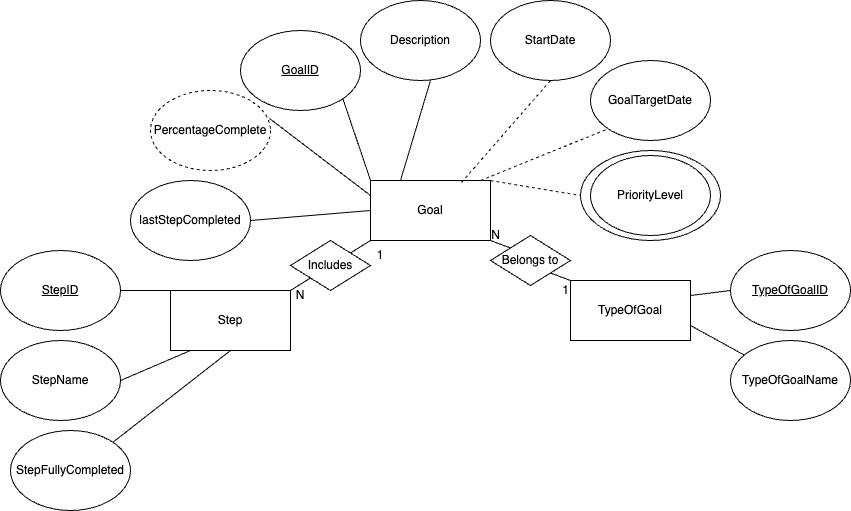
Above: Database/Goal Tracker Entity Relationship Diagram.drawio.png in NathanielStirret/SPU_CSC3220_W25_T-team-6- (draw.io), before the change. Source tidied: cells renumbered, new cells last; positions are measured from the earlier drawing's top-left corner, leaving out a move shared by most shapes. Source of this version:
```xml
<mxGraphModel>
  <root>
    <mxCell id="0" />
    <mxCell id="1" parent="0" />
    <mxCell id="2" value="Goal" style="rounded=0;whiteSpace=wrap;html=1;" parent="1" vertex="1">
      <mxGeometry x="370" y="180" width="120" height="60" as="geometry" />
    </mxCell>
    <mxCell id="3" value="Step" style="rounded=0;whiteSpace=wrap;html=1;" parent="1" vertex="1">
      <mxGeometry x="170" y="290" width="120" height="60" as="geometry" />
    </mxCell>
    <mxCell id="4" value="TypeOfGoal" style="rounded=0;whiteSpace=wrap;html=1;" parent="1" vertex="1">
      <mxGeometry x="570" y="280" width="120" height="60" as="geometry" />
    </mxCell>
    <mxCell id="5" value="&lt;u&gt;GoalID&lt;/u&gt;" style="ellipse;whiteSpace=wrap;html=1;" parent="1" vertex="1">
      <mxGeometry x="240" y="30" width="120" height="80" as="geometry" />
    </mxCell>
    <mxCell id="6" value="Description" style="ellipse;whiteSpace=wrap;html=1;" parent="1" vertex="1">
      <mxGeometry x="360" width="120" height="80" as="geometry" />
    </mxCell>
    <mxCell id="7" style="endArrow=none;html=1;rounded=0;entryX=1;entryY=1;entryDx=0;entryDy=0;exitX=0;exitY=0;exitDx=0;exitDy=0;" parent="1" edge="1" source="37" target="2">
      <mxGeometry relative="1" as="geometry" />
    </mxCell>
    <mxCell id="8" value="StartDate" style="ellipse;whiteSpace=wrap;html=1;" parent="1" vertex="1">
      <mxGeometry x="490" width="120" height="80" as="geometry" />
    </mxCell>
    <mxCell id="9" value="GoalTargetDate" style="ellipse;whiteSpace=wrap;html=1;" parent="1" vertex="1">
      <mxGeometry x="590" y="60" width="120" height="80" as="geometry" />
    </mxCell>
    <mxCell id="10" style="endArrow=none;html=1;rounded=0;entryX=1;entryY=1;entryDx=0;entryDy=0;exitX=0;exitY=0;exitDx=0;exitDy=0;" parent="1" edge="1" source="2" target="5">
      <mxGeometry relative="1" as="geometry" />
    </mxCell>
    <mxCell id="11" style="endArrow=none;html=1;rounded=0;entryX=0.583;entryY=1;entryDx=0;entryDy=0;entryPerimeter=0;exitX=0.25;exitY=0;exitDx=0;exitDy=0;" parent="1" edge="1" source="2" target="6">
      <mxGeometry relative="1" as="geometry" />
    </mxCell>
    <mxCell id="12" value="1" style="text;html=1;align=center;verticalAlign=middle;strokeColor=none;fillColor=none;" parent="1" vertex="1">
      <mxGeometry x="550" y="275" width="30" height="30" as="geometry" />
    </mxCell>
    <mxCell id="13" value="N" style="text;html=1;align=center;verticalAlign=middle;strokeColor=none;fillColor=none;" parent="1" vertex="1">
      <mxGeometry x="480" y="220" width="30" height="30" as="geometry" />
    </mxCell>
    <mxCell id="14" value="PriorityLevel" style="ellipse;whiteSpace=wrap;html=1;" parent="1" vertex="1">
      <mxGeometry x="590" y="155" width="120" height="80" as="geometry" />
    </mxCell>
    <mxCell id="15" style="endArrow=none;dashed=1;html=1;rounded=0;entryX=0;entryY=1;entryDx=0;entryDy=0;" parent="1" edge="1" target="9">
      <mxGeometry relative="1" as="geometry">
        <mxPoint x="480" y="180" as="sourcePoint" />
      </mxGeometry>
    </mxCell>
    <mxCell id="16" style="endArrow=none;dashed=1;html=1;rounded=0;exitX=1.033;exitY=0.733;exitDx=0;exitDy=0;exitPerimeter=0;entryX=0.5;entryY=1;entryDx=0;entryDy=0;" parent="1" edge="1" target="8">
      <mxGeometry relative="1" as="geometry">
        <mxPoint x="461" y="182" as="sourcePoint" />
      </mxGeometry>
    </mxCell>
    <mxCell id="17" style="endArrow=none;dashed=1;html=1;rounded=0;entryX=0;entryY=0.5;entryDx=0;entryDy=0;" parent="1" edge="1" target="33">
      <mxGeometry relative="1" as="geometry">
        <mxPoint x="490" y="180" as="sourcePoint" />
      </mxGeometry>
    </mxCell>
    <mxCell id="18" value="&lt;u&gt;TypeOfGoalID&lt;/u&gt;" style="ellipse;whiteSpace=wrap;html=1;" parent="1" vertex="1">
      <mxGeometry x="730" y="250" width="120" height="80" as="geometry" />
    </mxCell>
    <mxCell id="19" value="TypeOfGoalName" style="ellipse;whiteSpace=wrap;html=1;" parent="1" vertex="1">
      <mxGeometry x="730" y="340" width="120" height="80" as="geometry" />
    </mxCell>
    <mxCell id="20" style="endArrow=none;html=1;rounded=0;entryX=0;entryY=0.5;entryDx=0;entryDy=0;exitX=1;exitY=0.25;exitDx=0;exitDy=0;" parent="1" edge="1" source="4" target="18">
      <mxGeometry relative="1" as="geometry" />
    </mxCell>
    <mxCell id="21" style="endArrow=none;html=1;rounded=0;exitX=1;exitY=0.75;exitDx=0;exitDy=0;" parent="1" edge="1" source="4" target="19">
      <mxGeometry relative="1" as="geometry" />
    </mxCell>
    <mxCell id="22" style="endArrow=none;html=1;rounded=0;entryX=0;entryY=1;entryDx=0;entryDy=0;" parent="1" edge="1" source="35" target="2">
      <mxGeometry relative="1" as="geometry" />
    </mxCell>
    <mxCell id="23" value="1" style="text;html=1;align=center;verticalAlign=middle;whiteSpace=wrap;rounded=0;" parent="1" vertex="1">
      <mxGeometry x="350" y="240" width="60" height="30" as="geometry" />
    </mxCell>
    <mxCell id="24" value="N" style="text;html=1;align=center;verticalAlign=middle;whiteSpace=wrap;rounded=0;" parent="1" vertex="1">
      <mxGeometry x="270" y="280" width="60" height="30" as="geometry" />
    </mxCell>
    <mxCell id="25" value="&lt;u&gt;StepID&lt;/u&gt;" style="ellipse;whiteSpace=wrap;html=1;" parent="1" vertex="1">
      <mxGeometry y="250" width="120" height="80" as="geometry" />
    </mxCell>
    <mxCell id="26" value="StepName" style="ellipse;whiteSpace=wrap;html=1;" parent="1" vertex="1">
      <mxGeometry y="340" width="120" height="80" as="geometry" />
    </mxCell>
    <mxCell id="27" style="endArrow=none;html=1;rounded=0;exitX=1;exitY=0.5;exitDx=0;exitDy=0;" parent="1" edge="1" source="25">
      <mxGeometry relative="1" as="geometry">
        <mxPoint x="190" y="290" as="targetPoint" />
      </mxGeometry>
    </mxCell>
    <mxCell id="28" style="endArrow=none;html=1;rounded=0;exitX=1;exitY=0.5;exitDx=0;exitDy=0;" parent="1" edge="1" source="26">
      <mxGeometry relative="1" as="geometry">
        <mxPoint x="190" y="350" as="targetPoint" />
      </mxGeometry>
    </mxCell>
    <mxCell id="29" value="PercentageComplete" style="ellipse;whiteSpace=wrap;html=1;dashed=1;" parent="1" vertex="1">
      <mxGeometry x="150" y="90" width="120" height="80" as="geometry" />
    </mxCell>
    <mxCell id="30" value="lastStepCompleted" style="ellipse;whiteSpace=wrap;html=1;" parent="1" vertex="1">
      <mxGeometry x="130" y="180" width="120" height="80" as="geometry" />
    </mxCell>
    <mxCell id="31" style="endArrow=none;html=1;rounded=0;exitX=0;exitY=0.25;exitDx=0;exitDy=0;entryX=0.992;entryY=0.35;entryDx=0;entryDy=0;entryPerimeter=0;" parent="1" edge="1" source="2" target="29">
      <mxGeometry relative="1" as="geometry" />
    </mxCell>
    <mxCell id="32" style="endArrow=none;html=1;rounded=0;exitX=0;exitY=0.5;exitDx=0;exitDy=0;entryX=1;entryY=0.5;entryDx=0;entryDy=0;" parent="1" edge="1" source="2" target="30">
      <mxGeometry relative="1" as="geometry" />
    </mxCell>
    <mxCell id="33" style="ellipse;whiteSpace=wrap;html=1;fillColor=none;" parent="1" vertex="1">
      <mxGeometry x="580" y="150" width="140" height="90" as="geometry" />
    </mxCell>
    <mxCell id="34" style="endArrow=none;html=1;rounded=0;entryX=0;entryY=1;entryDx=0;entryDy=0;exitX=1;exitY=0;exitDx=0;exitDy=0;" parent="1" edge="1" source="3" target="35">
      <mxGeometry relative="1" as="geometry" />
    </mxCell>
    <mxCell id="35" value="Includes" style="rhombus;whiteSpace=wrap;html=1;" parent="1" vertex="1">
      <mxGeometry x="290" y="240" width="80" height="50" as="geometry" />
    </mxCell>
    <mxCell id="36" style="endArrow=none;html=1;rounded=0;entryX=1;entryY=1;entryDx=0;entryDy=0;exitX=0;exitY=0;exitDx=0;exitDy=0;" parent="1" edge="1" source="4" target="37">
      <mxGeometry relative="1" as="geometry" />
    </mxCell>
    <mxCell id="37" value="Belongs to" style="rhombus;whiteSpace=wrap;html=1;" parent="1" vertex="1">
      <mxGeometry x="490" y="235" width="80" height="50" as="geometry" />
    </mxCell>
    <mxCell id="38" value="StepFullyCompleted" style="ellipse;whiteSpace=wrap;html=1;" parent="1" vertex="1">
      <mxGeometry x="10" y="430" width="120" height="80" as="geometry" />
    </mxCell>
    <mxCell id="39" style="endArrow=none;html=1;rounded=0;exitX=1;exitY=0;exitDx=0;exitDy=0;" parent="1" edge="1" source="38">
      <mxGeometry relative="1" as="geometry">
        <mxPoint x="230" y="350" as="targetPoint" />
      </mxGeometry>
    </mxCell>
  </root>
</mxGraphModel>
```
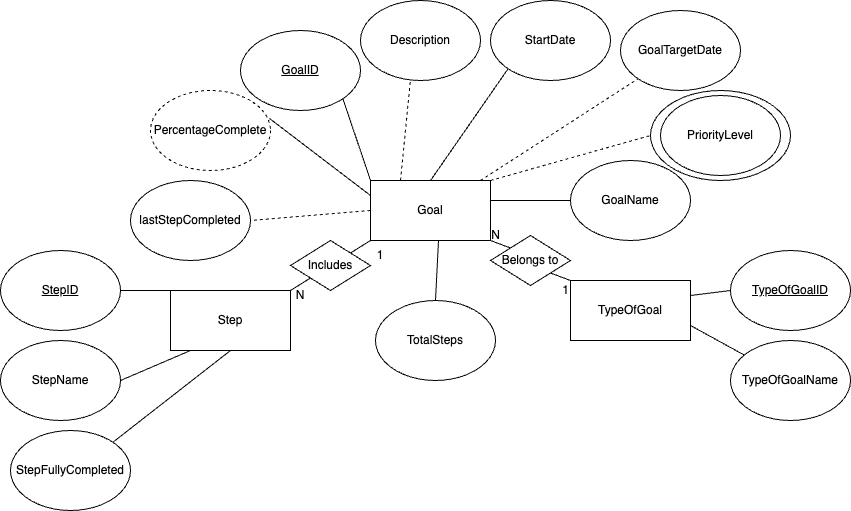
The same file after the commit.

Change to the diagram source:
```diff
@@ -24,14 +24,11 @@
       <mxGeometry x="490" width="120" height="80" as="geometry" />
     </mxCell>
     <mxCell id="9" value="GoalTargetDate" style="ellipse;whiteSpace=wrap;html=1;" parent="1" vertex="1">
-      <mxGeometry x="590" y="60" width="120" height="80" as="geometry" />
+      <mxGeometry x="620" y="10" width="120" height="80" as="geometry" />
     </mxCell>
     <mxCell id="10" style="endArrow=none;html=1;rounded=0;entryX=1;entryY=1;entryDx=0;entryDy=0;exitX=0;exitY=0;exitDx=0;exitDy=0;" parent="1" edge="1" source="2" target="5">
       <mxGeometry relative="1" as="geometry" />
     </mxCell>
-    <mxCell id="11" style="endArrow=none;html=1;rounded=0;entryX=0.583;entryY=1;entryDx=0;entryDy=0;entryPerimeter=0;exitX=0.25;exitY=0;exitDx=0;exitDy=0;" parent="1" edge="1" source="2" target="6">
-      <mxGeometry relative="1" as="geometry" />
-    </mxCell>
     <mxCell id="12" value="1" style="text;html=1;align=center;verticalAlign=middle;strokeColor=none;fillColor=none;" parent="1" vertex="1">
       <mxGeometry x="550" y="275" width="30" height="30" as="geometry" />
     </mxCell>
@@ -39,18 +36,13 @@
       <mxGeometry x="480" y="220" width="30" height="30" as="geometry" />
     </mxCell>
     <mxCell id="14" value="PriorityLevel" style="ellipse;whiteSpace=wrap;html=1;" parent="1" vertex="1">
-      <mxGeometry x="590" y="155" width="120" height="80" as="geometry" />
+      <mxGeometry x="660" y="95" width="120" height="80" as="geometry" />
     </mxCell>
     <mxCell id="15" style="endArrow=none;dashed=1;html=1;rounded=0;entryX=0;entryY=1;entryDx=0;entryDy=0;" parent="1" edge="1" target="9">
       <mxGeometry relative="1" as="geometry">
         <mxPoint x="480" y="180" as="sourcePoint" />
       </mxGeometry>
     </mxCell>
-    <mxCell id="16" style="endArrow=none;dashed=1;html=1;rounded=0;exitX=1.033;exitY=0.733;exitDx=0;exitDy=0;exitPerimeter=0;entryX=0.5;entryY=1;entryDx=0;entryDy=0;" parent="1" edge="1" target="8">
-      <mxGeometry relative="1" as="geometry">
-        <mxPoint x="461" y="182" as="sourcePoint" />
-      </mxGeometry>
-    </mxCell>
     <mxCell id="17" style="endArrow=none;dashed=1;html=1;rounded=0;entryX=0;entryY=0.5;entryDx=0;entryDy=0;" parent="1" edge="1" target="33">
       <mxGeometry relative="1" as="geometry">
         <mxPoint x="490" y="180" as="sourcePoint" />
@@ -102,11 +94,8 @@
     <mxCell id="31" style="endArrow=none;html=1;rounded=0;exitX=0;exitY=0.25;exitDx=0;exitDy=0;entryX=0.992;entryY=0.35;entryDx=0;entryDy=0;entryPerimeter=0;" parent="1" edge="1" source="2" target="29">
       <mxGeometry relative="1" as="geometry" />
     </mxCell>
-    <mxCell id="32" style="endArrow=none;html=1;rounded=0;exitX=0;exitY=0.5;exitDx=0;exitDy=0;entryX=1;entryY=0.5;entryDx=0;entryDy=0;" parent="1" edge="1" source="2" target="30">
-      <mxGeometry relative="1" as="geometry" />
-    </mxCell>
     <mxCell id="33" style="ellipse;whiteSpace=wrap;html=1;fillColor=none;" parent="1" vertex="1">
-      <mxGeometry x="580" y="150" width="140" height="90" as="geometry" />
+      <mxGeometry x="650" y="90" width="140" height="90" as="geometry" />
     </mxCell>
     <mxCell id="34" style="endArrow=none;html=1;rounded=0;entryX=0;entryY=1;entryDx=0;entryDy=0;exitX=1;exitY=0;exitDx=0;exitDy=0;" parent="1" edge="1" source="3" target="35">
       <mxGeometry relative="1" as="geometry" />
@@ -128,5 +117,32 @@
         <mxPoint x="230" y="350" as="targetPoint" />
       </mxGeometry>
     </mxCell>
+    <mxCell id="40" value="GoalName" style="ellipse;whiteSpace=wrap;html=1;" parent="1" vertex="1">
+      <mxGeometry x="570" y="160" width="120" height="80" as="geometry" />
+    </mxCell>
+    <mxCell id="41" style="endArrow=none;html=1;rounded=0;entryX=0;entryY=1;entryDx=0;entryDy=0;exitX=0.5;exitY=0;exitDx=0;exitDy=0;" parent="1" edge="1" source="2" target="8">
+      <mxGeometry relative="1" as="geometry" />
+    </mxCell>
+    <mxCell id="42" style="endArrow=none;html=1;rounded=0;exitX=0;exitY=0.5;exitDx=0;exitDy=0;entryX=1;entryY=0.5;entryDx=0;entryDy=0;" parent="1" edge="1" source="40">
+      <mxGeometry relative="1" as="geometry">
+        <mxPoint x="490" y="200" as="targetPoint" />
+      </mxGeometry>
+    </mxCell>
+    <mxCell id="43" value="TotalSteps" style="ellipse;whiteSpace=wrap;html=1;" parent="1" vertex="1">
+      <mxGeometry x="375" y="300" width="120" height="80" as="geometry" />
+    </mxCell>
+    <mxCell id="44" style="endArrow=none;dashed=1;html=1;rounded=0;entryX=0;entryY=1;entryDx=0;entryDy=0;exitX=0.25;exitY=0;exitDx=0;exitDy=0;" parent="1" edge="1" source="2">
+      <mxGeometry relative="1" as="geometry">
+        <mxPoint x="410" y="79" as="targetPoint" />
+      </mxGeometry>
+    </mxCell>
+    <mxCell id="32" style="endArrow=none;dashed=1;html=1;rounded=0;entryX=1;entryY=0.5;entryDx=0;entryDy=0;exitX=0;exitY=0.5;exitDx=0;exitDy=0;" parent="1" edge="1" source="2" target="30">
+      <mxGeometry relative="1" as="geometry" />
+    </mxCell>
+    <mxCell id="45" style="endArrow=none;html=1;rounded=0;entryX=0;entryY=1;entryDx=0;entryDy=0;exitX=0.5;exitY=0;exitDx=0;exitDy=0;" parent="1" edge="1" source="43">
+      <mxGeometry relative="1" as="geometry">
+        <mxPoint x="438" y="240" as="targetPoint" />
+      </mxGeometry>
+    </mxCell>
   </root>
 </mxGraphModel>
```
